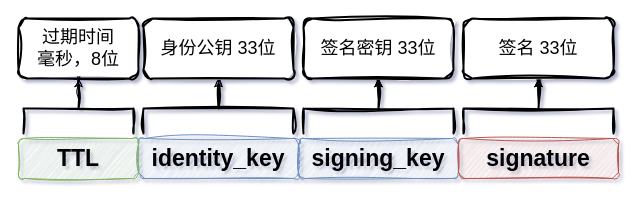
Before: page "第 16 页" (16 of 16) of src/main/java/Untitled Diagram.drawio in fiking1984/packetAnalyze, a draw.io diagram. Source tidied: cells renumbered, new cells numbered last; positions are measured from the earlier drawing's top-left corner, leaving out a move shared by most shapes. Both pictures are drawn from the tidied source at 100%, with x=0, y=0 at pixel (18, 18).
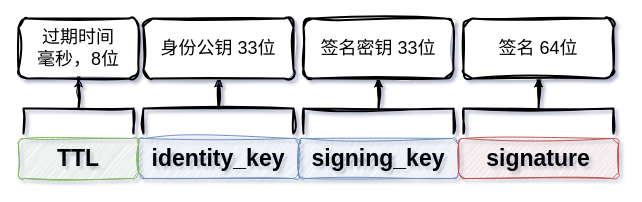
After the change.

Diff of the diagram source:
```diff
@@
 <mxGraphModel background="#ffffff" shadow="1">
   <root>
     <mxCell id="0" />
     <mxCell id="1" parent="0" />
     <mxCell id="2" value="&lt;span style=&quot;font-size: 23px;&quot;&gt;&lt;b&gt;identity_key&lt;/b&gt;&lt;/span&gt;" style="rounded=1;whiteSpace=wrap;html=1;labelBackgroundColor=none;fillColor=#dae8fc;strokeColor=#6c8ebf;sketch=1;curveFitting=1;jiggle=2;" parent="1" vertex="1">
       <mxGeometry x="120" y="120" width="160" height="40" as="geometry" />
     </mxCell>
     <mxCell id="3" value="&lt;span style=&quot;font-size: 23px;&quot;&gt;&lt;b&gt;signing_key&lt;/b&gt;&lt;/span&gt;" style="rounded=1;whiteSpace=wrap;html=1;fillColor=#dae8fc;strokeColor=#6c8ebf;sketch=1;curveFitting=1;jiggle=2;" parent="1" vertex="1">
       <mxGeometry x="280" y="120" width="160" height="40" as="geometry" />
     </mxCell>
     <mxCell id="4" value="&lt;span style=&quot;font-size: 23px;&quot;&gt;&lt;b&gt;signature&lt;/b&gt;&lt;/span&gt;" style="rounded=1;whiteSpace=wrap;html=1;fillColor=#f8cecc;strokeColor=#b85450;sketch=1;curveFitting=1;jiggle=2;" parent="1" vertex="1">
       <mxGeometry x="440" y="120" width="160" height="40" as="geometry" />
     </mxCell>
     <mxCell id="5" value="&lt;span style=&quot;font-size: 23px;&quot;&gt;&lt;b&gt;TTL&lt;/b&gt;&lt;/span&gt;" style="rounded=1;whiteSpace=wrap;html=1;labelBackgroundColor=none;fillColor=#d5e8d4;strokeColor=#82b366;sketch=1;curveFitting=1;jiggle=2;" parent="1" vertex="1">
       <mxGeometry y="120" width="120" height="40" as="geometry" />
     </mxCell>
     <mxCell id="6" style="edgeStyle=orthogonalEdgeStyle;rounded=0;sketch=1;hachureGap=4;jiggle=2;curveFitting=1;jettySize=auto;html=1;fontFamily=Architects Daughter;" parent="1" edge="1" source="7" target="8">
       <mxGeometry relative="1" as="geometry" />
     </mxCell>
     <mxCell id="7" style="strokeWidth=2;html=1;shape=mxgraph.flowchart.annotation_2;align=left;labelPosition=right;rounded=1;sketch=1;curveFitting=1;jiggle=2;rotation=90;" parent="1" vertex="1">
       <mxGeometry x="35" y="35" width="50" height="110" as="geometry" />
     </mxCell>
     <mxCell id="8" value="&lt;font style=&quot;font-size: 18px;&quot;&gt;过期时间&lt;/font&gt;&lt;div&gt;&lt;font style=&quot;font-size: 18px;&quot;&gt;毫秒，8位&lt;/font&gt;&lt;/div&gt;" style="whiteSpace=wrap;html=1;align=center;strokeWidth=2;rounded=1;sketch=1;curveFitting=1;jiggle=2;" parent="1" vertex="1">
       <mxGeometry width="120" height="60" as="geometry" />
     </mxCell>
     <mxCell id="9" style="edgeStyle=orthogonalEdgeStyle;rounded=0;sketch=1;hachureGap=4;jiggle=2;curveFitting=1;jettySize=auto;html=1;fontFamily=Architects Daughter;" parent="1" edge="1" source="10" target="11">
       <mxGeometry relative="1" as="geometry" />
     </mxCell>
     <mxCell id="10" style="strokeWidth=2;html=1;shape=mxgraph.flowchart.annotation_2;align=left;labelPosition=right;rounded=1;sketch=1;curveFitting=1;jiggle=2;rotation=90;" parent="1" vertex="1">
       <mxGeometry x="175" y="15" width="50" height="150" as="geometry" />
     </mxCell>
     <mxCell id="11" value="&lt;font style=&quot;font-size: 18px;&quot;&gt;身份公钥 33位&lt;/font&gt;" style="whiteSpace=wrap;html=1;align=center;strokeWidth=2;rounded=1;sketch=1;curveFitting=1;jiggle=2;" parent="1" vertex="1">
       <mxGeometry x="125" width="150" height="60" as="geometry" />
     </mxCell>
     <mxCell id="12" style="edgeStyle=orthogonalEdgeStyle;rounded=0;sketch=1;hachureGap=4;jiggle=2;curveFitting=1;jettySize=auto;html=1;fontFamily=Architects Daughter;" parent="1" edge="1" source="14" target="15">
       <mxGeometry relative="1" as="geometry" />
     </mxCell>
     <mxCell id="13" style="edgeStyle=orthogonalEdgeStyle;rounded=0;sketch=1;hachureGap=4;jiggle=2;curveFitting=1;jettySize=auto;html=1;fontFamily=Architects Daughter;" parent="1" edge="1" source="14" target="15">
       <mxGeometry relative="1" as="geometry" />
     </mxCell>
     <mxCell id="14" style="strokeWidth=2;html=1;shape=mxgraph.flowchart.annotation_2;align=left;labelPosition=right;rounded=1;sketch=1;curveFitting=1;jiggle=2;rotation=90;" parent="1" vertex="1">
       <mxGeometry x="335" y="15" width="50" height="150" as="geometry" />
     </mxCell>
     <mxCell id="15" value="&lt;font style=&quot;font-size: 18px;&quot;&gt;签名密钥 33位&lt;/font&gt;" style="whiteSpace=wrap;html=1;align=center;strokeWidth=2;rounded=1;sketch=1;curveFitting=1;jiggle=2;" parent="1" vertex="1">
       <mxGeometry x="285" width="150" height="60" as="geometry" />
     </mxCell>
     <mxCell id="16" style="edgeStyle=orthogonalEdgeStyle;rounded=0;sketch=1;hachureGap=4;jiggle=2;curveFitting=1;jettySize=auto;html=1;fontFamily=Architects Daughter;" parent="1" edge="1" source="18" target="19">
       <mxGeometry relative="1" as="geometry" />
     </mxCell>
     <mxCell id="17" style="edgeStyle=orthogonalEdgeStyle;rounded=0;sketch=1;hachureGap=4;jiggle=2;curveFitting=1;jettySize=auto;html=1;fontFamily=Architects Daughter;" parent="1" edge="1" source="18" target="19">
       <mxGeometry relative="1" as="geometry" />
     </mxCell>
     <mxCell id="18" style="strokeWidth=2;html=1;shape=mxgraph.flowchart.annotation_2;align=left;labelPosition=right;rounded=1;sketch=1;curveFitting=1;jiggle=2;rotation=90;" parent="1" vertex="1">
       <mxGeometry x="495" y="15" width="50" height="150" as="geometry" />
     </mxCell>
-    <mxCell id="19" value="&lt;font style=&quot;font-size: 18px;&quot;&gt;签名 33位&lt;/font&gt;" style="whiteSpace=wrap;html=1;align=center;strokeWidth=2;rounded=1;sketch=1;curveFitting=1;jiggle=2;" parent="1" vertex="1">
+    <mxCell id="19" value="&lt;font style=&quot;font-size: 18px;&quot;&gt;签名 64位&lt;/font&gt;" style="whiteSpace=wrap;html=1;align=center;strokeWidth=2;rounded=1;sketch=1;curveFitting=1;jiggle=2;" parent="1" vertex="1">
       <mxGeometry x="445" width="150" height="60" as="geometry" />
     </mxCell>
   </root>
 </mxGraphModel>
```
